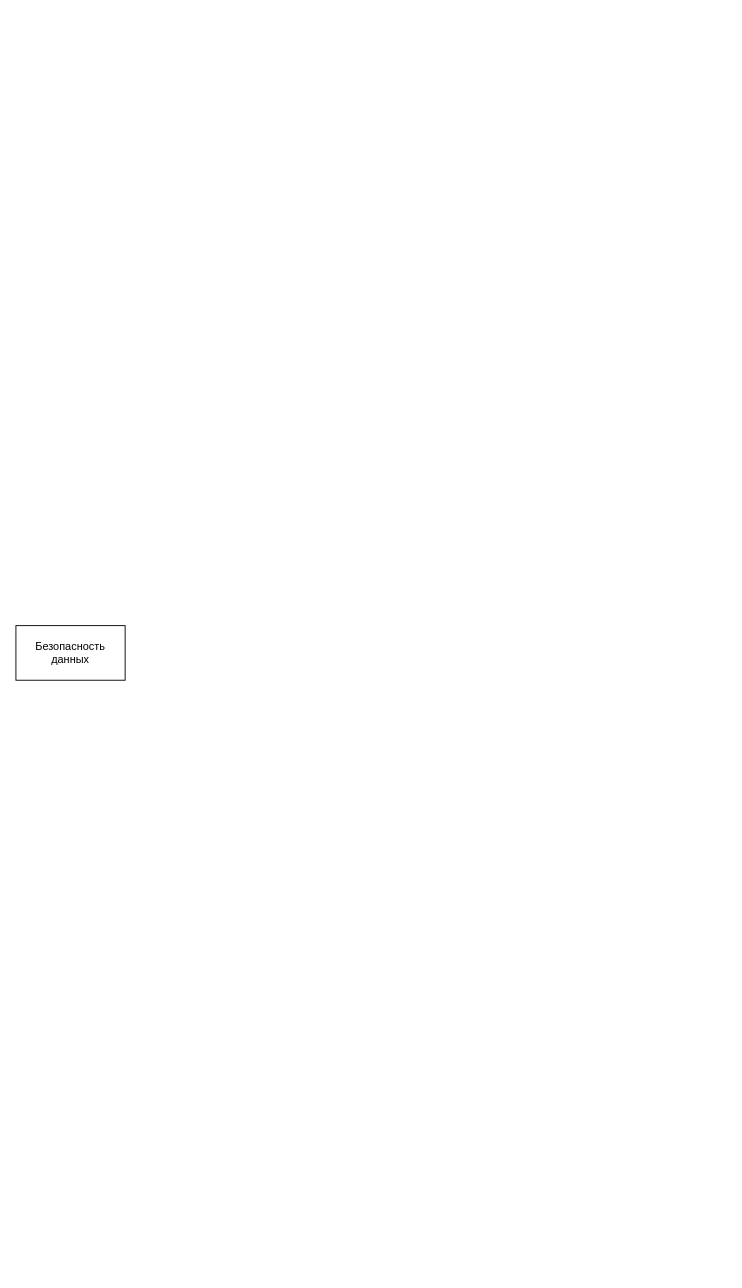
Earlier version of the draw.io diagram Task1/mindmap.drawio (0rgba/architecture-propdevelopment). Source tidied: cells renumbered, new cells numbered last; positions are measured from the earlier drawing's top-left corner, leaving out a move shared by most shapes. Both pictures are drawn from the tidied source at 91%, with x=0, y=0 at pixel (15, 625).
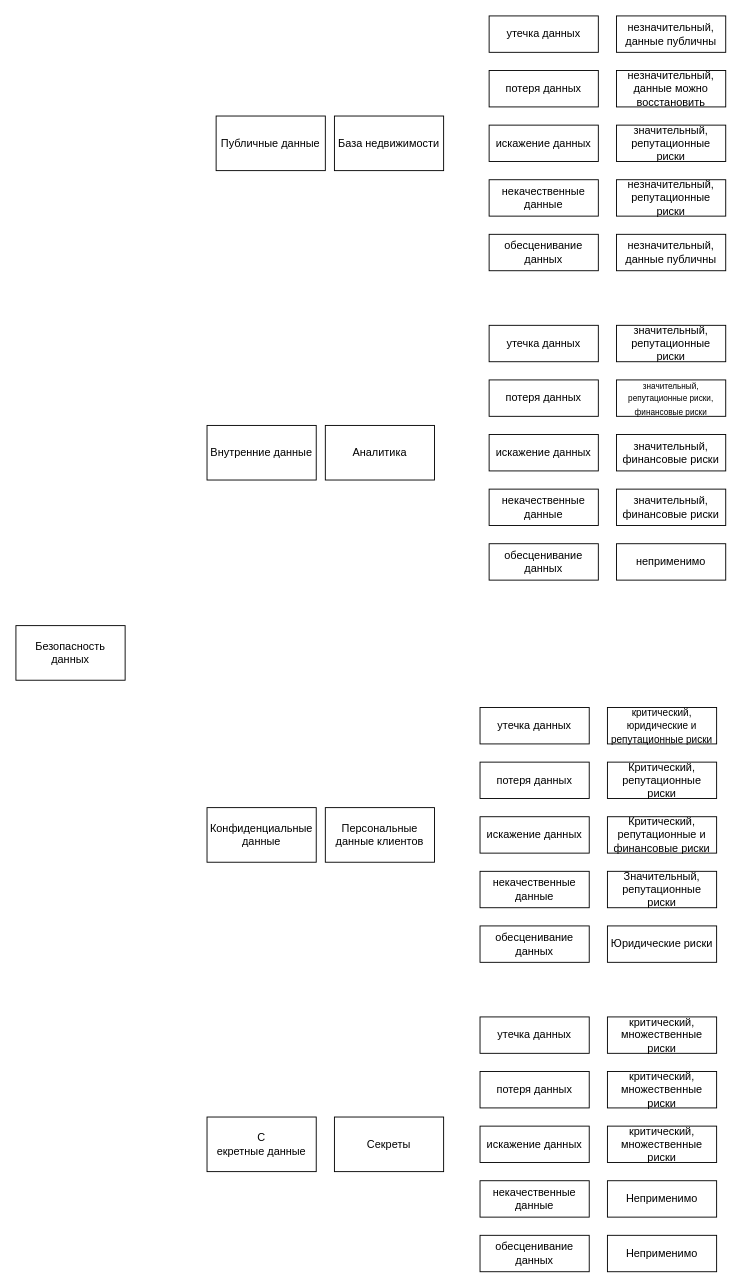
The same diagram, later.

The edit, as a diff of the source:
```diff
@@
+    <mxCell id="3" value="База недвижимости" style="rounded=0;whiteSpace=wrap;html=1;" parent="1" vertex="1">
+      <mxGeometry x="350" y="-560" width="120" height="60" as="geometry" />
+    </mxCell>
+    <mxCell id="4" value="Аналитика" style="rounded=0;whiteSpace=wrap;html=1;" parent="1" vertex="1">
+      <mxGeometry x="340" y="-220" width="120" height="60" as="geometry" />
+    </mxCell>
+    <mxCell id="5" value="&lt;div&gt;&lt;span style=&quot;font-size: 12px;&quot;&gt;Персональные данные клиентов&lt;/span&gt;&lt;/div&gt;" style="rounded=0;whiteSpace=wrap;html=1;" parent="1" vertex="1">
+      <mxGeometry x="340" y="200" width="120" height="60" as="geometry" />
+    </mxCell>
+    <mxCell id="6" value="&lt;div&gt;Секреты&lt;/div&gt;" style="rounded=0;whiteSpace=wrap;html=1;" parent="1" vertex="1">
+      <mxGeometry x="350" y="540" width="120" height="60" as="geometry" />
+    </mxCell>
+    <mxCell id="7" value="утечка данных" style="rounded=0;whiteSpace=wrap;html=1;" parent="1" vertex="1">
+      <mxGeometry x="520" y="-670" width="120" height="40" as="geometry" />
+    </mxCell>
+    <mxCell id="8" value="потеря данных" style="rounded=0;whiteSpace=wrap;html=1;" parent="1" vertex="1">
+      <mxGeometry x="520" y="-610" width="120" height="40" as="geometry" />
+    </mxCell>
+    <mxCell id="9" value="искажение данных" style="rounded=0;whiteSpace=wrap;html=1;" parent="1" vertex="1">
+      <mxGeometry x="520" y="-550" width="120" height="40" as="geometry" />
+    </mxCell>
+    <mxCell id="10" value="некачественные данные" style="rounded=0;whiteSpace=wrap;html=1;" parent="1" vertex="1">
+      <mxGeometry x="520" y="-490" width="120" height="40" as="geometry" />
+    </mxCell>
+    <mxCell id="11" value="обесценивание данных" style="rounded=0;whiteSpace=wrap;html=1;" parent="1" vertex="1">
+      <mxGeometry x="520" y="-430" width="120" height="40" as="geometry" />
+    </mxCell>
+    <mxCell id="12" value="незначительный, данные публичны" style="rounded=0;whiteSpace=wrap;html=1;" parent="1" vertex="1">
+      <mxGeometry x="660" y="-670" width="120" height="40" as="geometry" />
+    </mxCell>
+    <mxCell id="13" value="незначительный, данные можно восстановить" style="rounded=0;whiteSpace=wrap;html=1;" parent="1" vertex="1">
+      <mxGeometry x="660" y="-610" width="120" height="40" as="geometry" />
+    </mxCell>
+    <mxCell id="14" value="значительный, репутационные риски" style="rounded=0;whiteSpace=wrap;html=1;" parent="1" vertex="1">
+      <mxGeometry x="660" y="-550" width="120" height="40" as="geometry" />
+    </mxCell>
+    <mxCell id="15" value="незначительный, данные публичны" style="rounded=0;whiteSpace=wrap;html=1;" parent="1" vertex="1">
+      <mxGeometry x="660" y="-430" width="120" height="40" as="geometry" />
+    </mxCell>
+    <mxCell id="16" value="незначительный, репутационные риски" style="rounded=0;whiteSpace=wrap;html=1;" parent="1" vertex="1">
+      <mxGeometry x="660" y="-490" width="120" height="40" as="geometry" />
+    </mxCell>
+    <mxCell id="17" value="утечка данных" style="rounded=0;whiteSpace=wrap;html=1;" parent="1" vertex="1">
+      <mxGeometry x="520" y="-330" width="120" height="40" as="geometry" />
+    </mxCell>
+    <mxCell id="18" value="потеря данных" style="rounded=0;whiteSpace=wrap;html=1;" parent="1" vertex="1">
+      <mxGeometry x="520" y="-270" width="120" height="40" as="geometry" />
+    </mxCell>
+    <mxCell id="19" value="искажение данных" style="rounded=0;whiteSpace=wrap;html=1;" parent="1" vertex="1">
+      <mxGeometry x="520" y="-210" width="120" height="40" as="geometry" />
+    </mxCell>
+    <mxCell id="20" value="некачественные данные" style="rounded=0;whiteSpace=wrap;html=1;" parent="1" vertex="1">
+      <mxGeometry x="520" y="-150" width="120" height="40" as="geometry" />
+    </mxCell>
+    <mxCell id="21" value="обесценивание данных" style="rounded=0;whiteSpace=wrap;html=1;" parent="1" vertex="1">
+      <mxGeometry x="520" y="-90" width="120" height="40" as="geometry" />
+    </mxCell>
+    <mxCell id="22" value="значительный, репутационные риски" style="rounded=0;whiteSpace=wrap;html=1;" parent="1" vertex="1">
+      <mxGeometry x="660" y="-330" width="120" height="40" as="geometry" />
+    </mxCell>
+    <mxCell id="23" value="&lt;font style=&quot;font-size: 9px;&quot;&gt;значительный, репутационные риски, финансовые риски&lt;/font&gt;" style="rounded=0;whiteSpace=wrap;html=1;" parent="1" vertex="1">
+      <mxGeometry x="660" y="-270" width="120" height="40" as="geometry" />
+    </mxCell>
+    <mxCell id="24" value="значительный, финансовые риски" style="rounded=0;whiteSpace=wrap;html=1;" parent="1" vertex="1">
+      <mxGeometry x="660" y="-210" width="120" height="40" as="geometry" />
+    </mxCell>
+    <mxCell id="25" value="неприменимо" style="rounded=0;whiteSpace=wrap;html=1;" parent="1" vertex="1">
+      <mxGeometry x="660" y="-90" width="120" height="40" as="geometry" />
+    </mxCell>
+    <mxCell id="26" value="значительный, финансовые риски" style="rounded=0;whiteSpace=wrap;html=1;" parent="1" vertex="1">
+      <mxGeometry x="660" y="-150" width="120" height="40" as="geometry" />
+    </mxCell>
+    <mxCell id="27" value="утечка данных" style="rounded=0;whiteSpace=wrap;html=1;" parent="1" vertex="1">
+      <mxGeometry x="510" y="90" width="120" height="40" as="geometry" />
+    </mxCell>
+    <mxCell id="28" value="потеря данных" style="rounded=0;whiteSpace=wrap;html=1;" parent="1" vertex="1">
+      <mxGeometry x="510" y="150" width="120" height="40" as="geometry" />
+    </mxCell>
+    <mxCell id="29" value="искажение данных" style="rounded=0;whiteSpace=wrap;html=1;" parent="1" vertex="1">
+      <mxGeometry x="510" y="210" width="120" height="40" as="geometry" />
+    </mxCell>
+    <mxCell id="30" value="некачественные данные" style="rounded=0;whiteSpace=wrap;html=1;" parent="1" vertex="1">
+      <mxGeometry x="510" y="270" width="120" height="40" as="geometry" />
+    </mxCell>
+    <mxCell id="31" value="обесценивание данных" style="rounded=0;whiteSpace=wrap;html=1;" parent="1" vertex="1">
+      <mxGeometry x="510" y="330" width="120" height="40" as="geometry" />
+    </mxCell>
+    <mxCell id="32" value="&lt;font style=&quot;font-size: 11px;&quot;&gt;критический, юридические и репутационные риски&lt;/font&gt;" style="rounded=0;whiteSpace=wrap;html=1;" parent="1" vertex="1">
+      <mxGeometry x="650" y="90" width="120" height="40" as="geometry" />
+    </mxCell>
+    <mxCell id="33" value="Критический, репутационные риски" style="rounded=0;whiteSpace=wrap;html=1;" parent="1" vertex="1">
+      <mxGeometry x="650" y="150" width="120" height="40" as="geometry" />
+    </mxCell>
+    <mxCell id="34" value="Критический, репутационные и финансовые риски" style="rounded=0;whiteSpace=wrap;html=1;" parent="1" vertex="1">
+      <mxGeometry x="650" y="210" width="120" height="40" as="geometry" />
+    </mxCell>
+    <mxCell id="35" value="Юридические риски" style="rounded=0;whiteSpace=wrap;html=1;" parent="1" vertex="1">
+      <mxGeometry x="650" y="330" width="120" height="40" as="geometry" />
+    </mxCell>
+    <mxCell id="36" value="Значительный, репутационные риски" style="rounded=0;whiteSpace=wrap;html=1;" parent="1" vertex="1">
+      <mxGeometry x="650" y="270" width="120" height="40" as="geometry" />
+    </mxCell>
+    <mxCell id="37" value="утечка данных" style="rounded=0;whiteSpace=wrap;html=1;" parent="1" vertex="1">
+      <mxGeometry x="510" y="430" width="120" height="40" as="geometry" />
+    </mxCell>
+    <mxCell id="38" value="потеря данных" style="rounded=0;whiteSpace=wrap;html=1;" parent="1" vertex="1">
+      <mxGeometry x="510" y="490" width="120" height="40" as="geometry" />
+    </mxCell>
+    <mxCell id="39" value="искажение данных" style="rounded=0;whiteSpace=wrap;html=1;" parent="1" vertex="1">
+      <mxGeometry x="510" y="550" width="120" height="40" as="geometry" />
+    </mxCell>
+    <mxCell id="40" value="некачественные данные" style="rounded=0;whiteSpace=wrap;html=1;" parent="1" vertex="1">
+      <mxGeometry x="510" y="610" width="120" height="40" as="geometry" />
+    </mxCell>
+    <mxCell id="41" value="обесценивание данных" style="rounded=0;whiteSpace=wrap;html=1;" parent="1" vertex="1">
+      <mxGeometry x="510" y="670" width="120" height="40" as="geometry" />
+    </mxCell>
+    <mxCell id="42" value="критический, множественные риски" style="rounded=0;whiteSpace=wrap;html=1;" parent="1" vertex="1">
+      <mxGeometry x="650" y="430" width="120" height="40" as="geometry" />
+    </mxCell>
+    <mxCell id="43" value="критический, множественные риски" style="rounded=0;whiteSpace=wrap;html=1;" parent="1" vertex="1">
+      <mxGeometry x="650" y="490" width="120" height="40" as="geometry" />
+    </mxCell>
+    <mxCell id="44" value="критический, множественные риски" style="rounded=0;whiteSpace=wrap;html=1;" parent="1" vertex="1">
+      <mxGeometry x="650" y="550" width="120" height="40" as="geometry" />
+    </mxCell>
+    <mxCell id="45" value="Неприменимо" style="rounded=0;whiteSpace=wrap;html=1;" parent="1" vertex="1">
+      <mxGeometry x="650" y="670" width="120" height="40" as="geometry" />
+    </mxCell>
+    <mxCell id="46" value="Неприменимо" style="rounded=0;whiteSpace=wrap;html=1;" parent="1" vertex="1">
+      <mxGeometry x="650" y="610" width="120" height="40" as="geometry" />
+    </mxCell>
+    <mxCell id="47" value="Публичные данные" style="rounded=0;whiteSpace=wrap;html=1;" parent="1" vertex="1">
+      <mxGeometry x="220" y="-560" width="120" height="60" as="geometry" />
+    </mxCell>
+    <mxCell id="48" value="Внутренние данные" style="rounded=0;whiteSpace=wrap;html=1;" parent="1" vertex="1">
+      <mxGeometry x="210" y="-220" width="120" height="60" as="geometry" />
+    </mxCell>
+    <mxCell id="49" value="&lt;div&gt;&lt;span style=&quot;font-size: 12px;&quot;&gt;Конфиденциальные данные&lt;/span&gt;&lt;/div&gt;" style="rounded=0;whiteSpace=wrap;html=1;" parent="1" vertex="1">
+      <mxGeometry x="210" y="200" width="120" height="60" as="geometry" />
+    </mxCell>
+    <mxCell id="50" value="С&lt;div&gt;екретные данные&lt;/div&gt;" style="rounded=0;whiteSpace=wrap;html=1;" parent="1" vertex="1">
+      <mxGeometry x="210" y="540" width="120" height="60" as="geometry" />
+    </mxCell>
```
